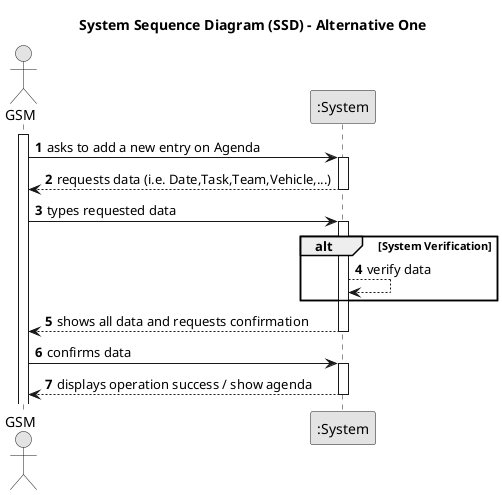
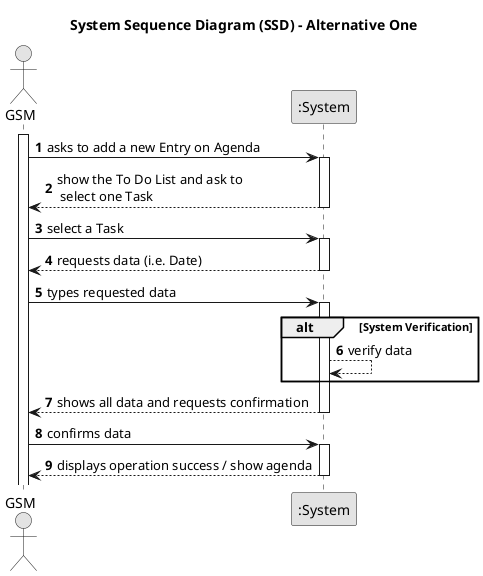
@startuml
skinparam monochrome true
skinparam packageStyle rectangle
skinparam shadowing false

title System Sequence Diagram (SSD) - Alternative One

autonumber

actor "GSM" as Manager
participant ":System" as System

activate Manager

-     Manager -> System : asks to add a new entry on Agenda
+     Manager -> System : asks to add a new Entry on Agenda
    activate System

-         System --> Manager : requests data (i.e. Date,Task,Team,Vehicle,...)
+     System --> Manager : show the To Do List and ask to \n select one Task
+     deactivate System
+ 
+     Manager -> System : select a Task
+     activate System
+ 
+         System --> Manager : requests data (i.e. Date)
    deactivate System

   Manager  -> System : types requested data
    activate System

    alt System Verification
    System --> System  : verify data
    end

        System --> Manager  : shows all data and requests confirmation
    deactivate System

    Manager  -> System : confirms data
    activate System

        System --> Manager : displays operation success / show agenda
    deactivate System

@enduml